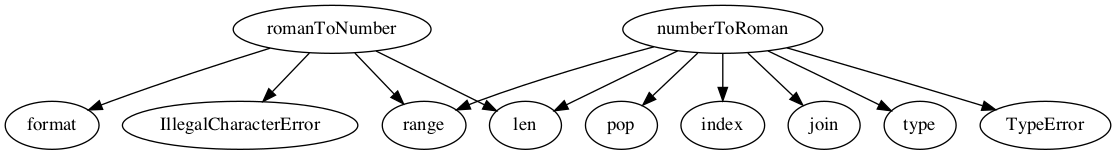
Earlier version of the Graphviz export CallGraph_images/RomanNumeralConvertor.png (JordanCoyne97/Final_Year_Project). Its source is kept beside it as CallGraph_dots/RomanNumeralConvertor.dot.
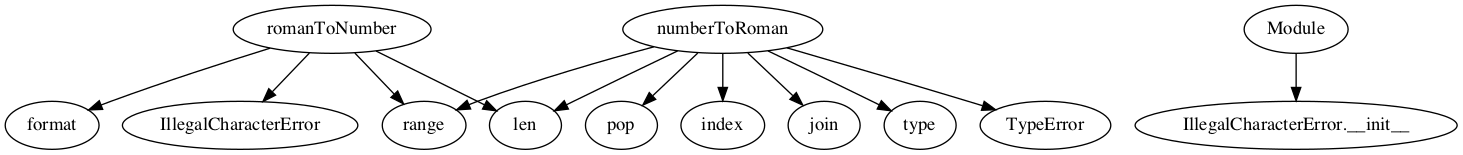
The same diagram one commit later.

Change to the diagram source:
```diff
@@ -10,6 +10,8 @@
 pop;
 index;
 join;
+Module;
+"IllegalCharacterError.__init__";
 romanToNumber -> IllegalCharacterError;
 romanToNumber -> format;
 romanToNumber -> len;
@@ -21,4 +23,5 @@
 numberToRoman -> range;
 numberToRoman -> index;
 numberToRoman -> join;
+Module -> "IllegalCharacterError.__init__";
 }
```
